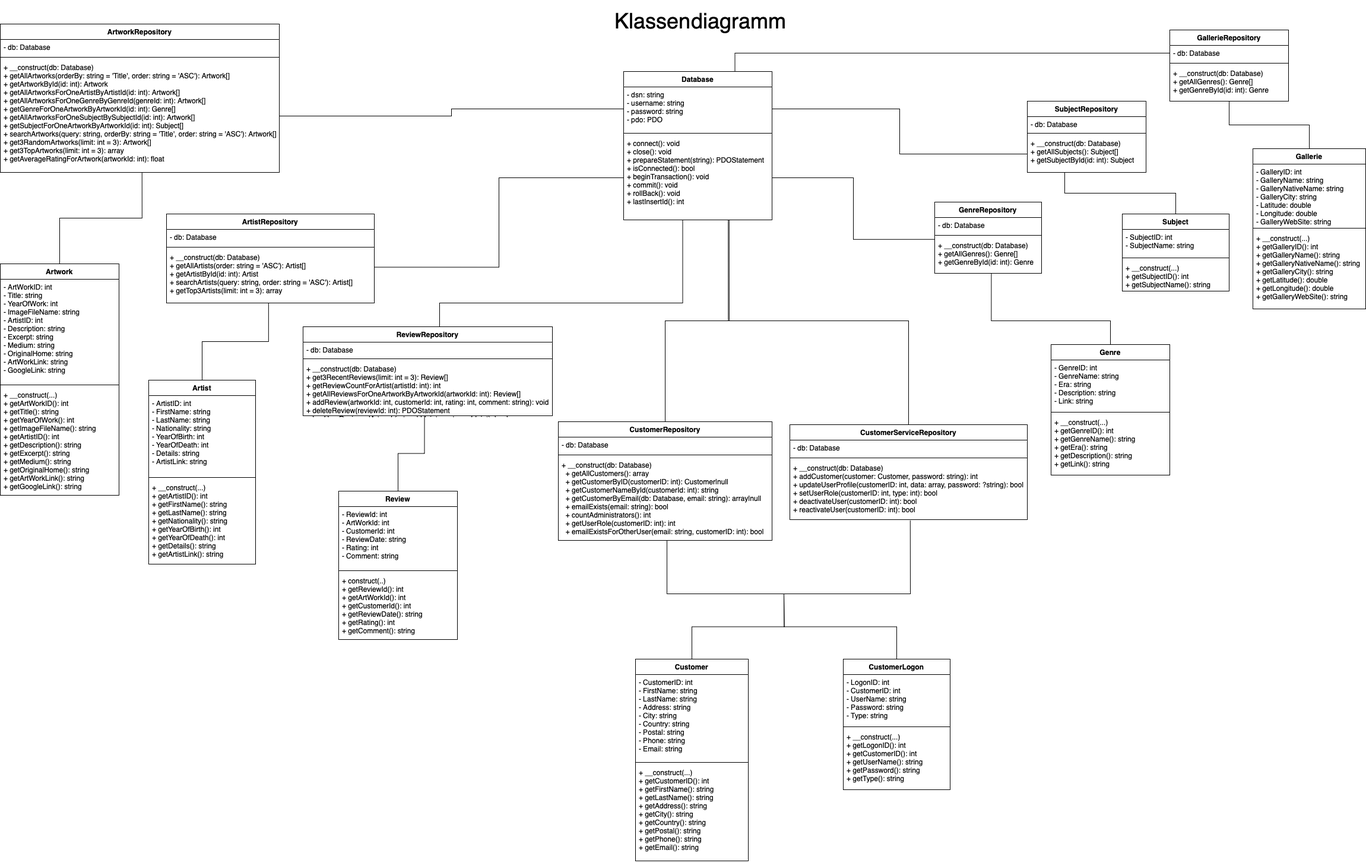
The draw.io diagram Übersicht/Klassendiagramm.drawio.png in enricowlk/arts-gallery, before a commit. Source tidied: cells renumbered, new cells last; positions are measured from the earlier drawing's top-left corner, leaving out a move shared by most shapes.
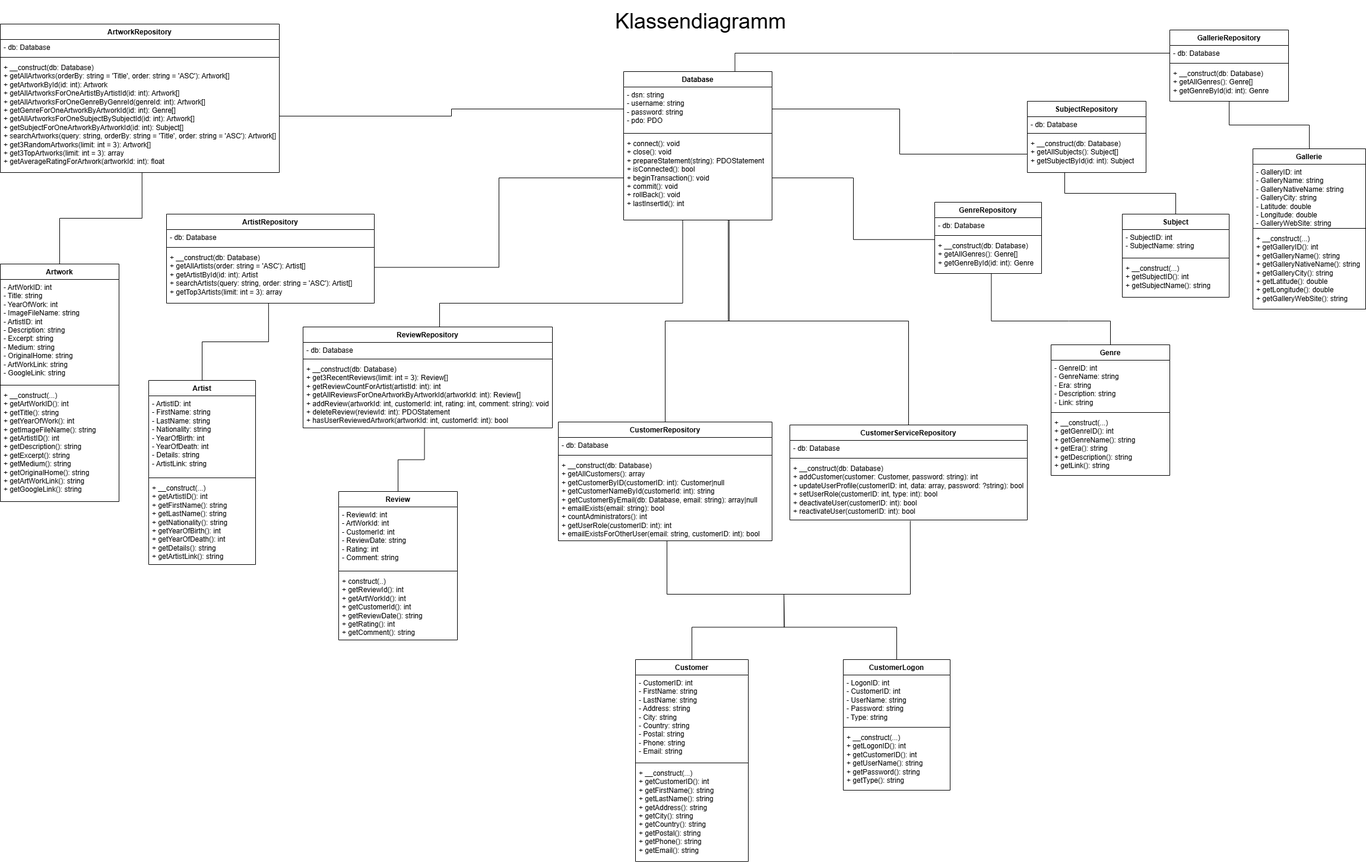
The same diagram one commit later.

What changed in the source:
```diff
@@ -21,7 +21,7 @@
       <mxGeometry y="168" width="180" height="142" as="geometry" />
     </mxCell>
     <mxCell id="8" value="Artwork" style="swimlane;fontStyle=1;align=center;verticalAlign=top;horizontal=1;startSize=26;whiteSpace=wrap;html=1;" parent="1" vertex="1">
-      <mxGeometry y="444" width="200" height="390" as="geometry" />
+      <mxGeometry y="444" width="200" height="400" as="geometry" />
     </mxCell>
     <mxCell id="9" value="&lt;div&gt;- ArtWorkID: int&lt;/div&gt;&lt;div&gt;- Title: string&lt;/div&gt;&lt;div&gt;- YearOfWork: int&lt;/div&gt;&lt;div&gt;- ImageFileName: string&lt;/div&gt;&lt;div&gt;- ArtistID: int&lt;/div&gt;&lt;div&gt;- Description: string&lt;/div&gt;&lt;div&gt;- Excerpt: string&lt;/div&gt;&lt;div&gt;- Medium: string&lt;/div&gt;&lt;div&gt;- OriginalHome: string&lt;/div&gt;&lt;div&gt;- ArtWorkLink: string&lt;/div&gt;&lt;div&gt;- GoogleLink: string&lt;/div&gt;" style="text;strokeColor=none;fillColor=none;align=left;verticalAlign=top;spacingLeft=4;spacingRight=4;overflow=hidden;whiteSpace=wrap;html=1;" parent="8" vertex="1">
       <mxGeometry y="26" width="200" height="174" as="geometry" />
@@ -30,7 +30,7 @@
       <mxGeometry y="200" width="200" height="8" as="geometry" />
     </mxCell>
     <mxCell id="11" value="&lt;div&gt;+ __construct(...)&lt;/div&gt;&lt;div&gt;+ getArtWorkID(): int&lt;/div&gt;&lt;div&gt;&lt;span style=&quot;background-color: transparent; color: light-dark(rgb(0, 0, 0), rgb(255, 255, 255));&quot;&gt;+ getTitle(): string&lt;/span&gt;&lt;/div&gt;&lt;div&gt;&lt;span style=&quot;background-color: transparent; color: light-dark(rgb(0, 0, 0), rgb(255, 255, 255));&quot;&gt;+ getYearOfWork(): int&lt;/span&gt;&lt;/div&gt;&lt;div&gt;&lt;span style=&quot;background-color: transparent; color: light-dark(rgb(0, 0, 0), rgb(255, 255, 255));&quot;&gt;+ getImageFileName(): string&lt;/span&gt;&lt;/div&gt;&lt;div&gt;&lt;span style=&quot;background-color: transparent; color: light-dark(rgb(0, 0, 0), rgb(255, 255, 255));&quot;&gt;+ getArtistID(): int&lt;/span&gt;&lt;/div&gt;&lt;div&gt;&lt;span style=&quot;background-color: transparent; color: light-dark(rgb(0, 0, 0), rgb(255, 255, 255));&quot;&gt;+ getDescription(): string&lt;/span&gt;&lt;/div&gt;&lt;div&gt;&lt;span style=&quot;background-color: transparent; color: light-dark(rgb(0, 0, 0), rgb(255, 255, 255));&quot;&gt;+ getExcerpt(): string&lt;/span&gt;&lt;/div&gt;&lt;div&gt;&lt;span style=&quot;background-color: transparent; color: light-dark(rgb(0, 0, 0), rgb(255, 255, 255));&quot;&gt;+ getMedium(): string&lt;/span&gt;&lt;/div&gt;&lt;div&gt;&lt;span style=&quot;background-color: transparent; color: light-dark(rgb(0, 0, 0), rgb(255, 255, 255));&quot;&gt;+ getOriginalHome(): string&lt;/span&gt;&lt;/div&gt;&lt;div&gt;&lt;span style=&quot;background-color: transparent; color: light-dark(rgb(0, 0, 0), rgb(255, 255, 255));&quot;&gt;+ getArtWorkLink(): string&lt;/span&gt;&lt;/div&gt;&lt;div&gt;&lt;span style=&quot;background-color: transparent; color: light-dark(rgb(0, 0, 0), rgb(255, 255, 255));&quot;&gt;+ getGoogleLink(): string&lt;/span&gt;&lt;/div&gt;&lt;div&gt;&lt;br&gt;&lt;/div&gt;" style="text;strokeColor=none;fillColor=none;align=left;verticalAlign=top;spacingLeft=4;spacingRight=4;overflow=hidden;whiteSpace=wrap;html=1;" parent="8" vertex="1">
-      <mxGeometry y="208" width="200" height="182" as="geometry" />
+      <mxGeometry y="208" width="200" height="192" as="geometry" />
     </mxCell>
     <mxCell id="12" value="Review" style="swimlane;fontStyle=1;align=center;verticalAlign=top;horizontal=1;startSize=26;whiteSpace=wrap;html=1;" parent="1" vertex="1">
       <mxGeometry x="570" y="827" width="200" height="250" as="geometry" />
@@ -94,7 +94,7 @@
       <mxGeometry relative="1" as="geometry" />
     </mxCell>
     <mxCell id="31" value="Subject" style="swimlane;fontStyle=1;align=center;verticalAlign=top;horizontal=1;startSize=26;whiteSpace=wrap;html=1;" parent="1" vertex="1">
-      <mxGeometry x="1890" y="360" width="180" height="130" as="geometry" />
+      <mxGeometry x="1890" y="360" width="180" height="140" as="geometry" />
     </mxCell>
     <mxCell id="32" value="&lt;div&gt;- SubjectID: int&lt;/div&gt;&lt;div&gt;- SubjectName: string&lt;/div&gt;" style="text;strokeColor=none;fillColor=none;align=left;verticalAlign=top;spacingLeft=4;spacingRight=4;overflow=hidden;whiteSpace=wrap;html=1;" parent="31" vertex="1">
       <mxGeometry y="26" width="180" height="44" as="geometry" />
@@ -103,7 +103,7 @@
       <mxGeometry y="70" width="180" height="8" as="geometry" />
     </mxCell>
     <mxCell id="34" value="&lt;div&gt;+ __construct(...)&lt;/div&gt;&lt;div&gt;+ getSubjectID(): int&lt;/div&gt;&lt;div&gt;&lt;span style=&quot;background-color: transparent; color: light-dark(rgb(0, 0, 0), rgb(255, 255, 255));&quot;&gt;+ getSubjectName(): string&lt;/span&gt;&lt;/div&gt;&lt;div&gt;&lt;br&gt;&lt;/div&gt;" style="text;strokeColor=none;fillColor=none;align=left;verticalAlign=top;spacingLeft=4;spacingRight=4;overflow=hidden;whiteSpace=wrap;html=1;" parent="31" vertex="1">
-      <mxGeometry y="78" width="180" height="52" as="geometry" />
+      <mxGeometry y="78" width="180" height="62" as="geometry" />
     </mxCell>
     <mxCell id="35" value="ArtistRepository" style="swimlane;fontStyle=1;align=center;verticalAlign=top;horizontal=1;startSize=26;whiteSpace=wrap;html=1;" parent="1" vertex="1">
       <mxGeometry x="280" y="360" width="350" height="150" as="geometry" />
@@ -130,7 +130,7 @@
       <mxGeometry y="60" width="470" height="190" as="geometry" />
     </mxCell>
     <mxCell id="43" value="ReviewRepository" style="swimlane;fontStyle=1;align=center;verticalAlign=top;horizontal=1;startSize=26;whiteSpace=wrap;html=1;" parent="1" vertex="1">
-      <mxGeometry x="510" y="550" width="420" height="150" as="geometry" />
+      <mxGeometry x="510" y="550" width="420" height="170" as="geometry" />
     </mxCell>
     <mxCell id="44" value="- db: Database" style="text;strokeColor=none;fillColor=none;align=left;verticalAlign=top;spacingLeft=4;spacingRight=4;overflow=hidden;whiteSpace=wrap;html=1;" parent="43" vertex="1">
       <mxGeometry y="26" width="420" height="24" as="geometry" />
@@ -139,7 +139,7 @@
       <mxGeometry y="50" width="420" height="8" as="geometry" />
     </mxCell>
     <mxCell id="46" value="&lt;div&gt;+ __construct(db: Database)&lt;/div&gt;&lt;div&gt;+ get3RecentReviews(limit: int = 3): Review[]&lt;/div&gt;&lt;div&gt;+ getReviewCountForArtist(artistId: int): int&lt;/div&gt;&lt;div&gt;+ getAllReviewsForOneArtworkByArtworkId(artworkId: int): Review[]&lt;/div&gt;&lt;div&gt;+ addReview(artworkId: int, customerId: int, rating: int, comment: string): void&lt;/div&gt;&lt;div&gt;+ deleteReview(reviewId: int): PDOStatement&lt;/div&gt;&lt;div&gt;+ hasUserReviewedArtwork(artworkId: int, customerId: int): bool&lt;/div&gt;" style="text;strokeColor=none;fillColor=none;align=left;verticalAlign=top;spacingLeft=4;spacingRight=4;overflow=hidden;points=[[0,0.5],[1,0.5]];portConstraint=eastwest;whiteSpace=wrap;html=1;" parent="43" vertex="1">
-      <mxGeometry y="58" width="420" height="92" as="geometry" />
+      <mxGeometry y="58" width="420" height="112" as="geometry" />
     </mxCell>
     <mxCell id="47" style="edgeStyle=orthogonalEdgeStyle;rounded=0;jettySize=auto;html=1;exitX=0.75;exitY=0;exitDx=0;exitDy=0;entryX=0;entryY=0.5;entryDx=0;entryDy=0;endArrow=none;endFill=0;" parent="1" edge="1" source="48" target="74">
       <mxGeometry relative="1" as="geometry" />
@@ -165,7 +165,7 @@
     <mxCell id="54" style="line;strokeWidth=1;fillColor=none;align=left;verticalAlign=middle;spacingTop=-1;spacingLeft=3;spacingRight=3;labelPosition=right;strokeColor=inherit;" parent="52" vertex="1">
       <mxGeometry y="52" width="360" height="8" as="geometry" />
     </mxCell>
-    <mxCell id="55" value="&lt;div&gt;+ __construct(db: Database)&lt;/div&gt;&lt;div&gt;&amp;nbsp; + getAllCustomers(): array&lt;/div&gt;&lt;div&gt;&amp;nbsp; + getCustomerByID(customerID: int): Customer|null&lt;/div&gt;&lt;div&gt;&amp;nbsp; + getCustomerNameById(customerId: int): string&lt;/div&gt;&lt;div&gt;&amp;nbsp; + getCustomerByEmail(db: Database, email: string): array|null&lt;/div&gt;&lt;div&gt;&amp;nbsp; + emailExists(email: string): bool&lt;br&gt;&lt;/div&gt;&lt;div&gt;&amp;nbsp; + countAdministrators(): int&lt;br&gt;&lt;/div&gt;&lt;div&gt;&amp;nbsp; + getUserRole(customerID: int): int&lt;br&gt;&lt;/div&gt;&lt;div&gt;&amp;nbsp; + emailExistsForOtherUser(email: string, customerID: int): bool&lt;/div&gt;" style="text;strokeColor=none;fillColor=none;align=left;verticalAlign=top;spacingLeft=4;spacingRight=4;overflow=hidden;whiteSpace=wrap;html=1;" parent="52" vertex="1">
+    <mxCell id="55" value="&lt;div&gt;+ __construct(db: Database)&lt;/div&gt;&lt;div&gt;+ getAllCustomers(): array&lt;/div&gt;&lt;div&gt;+ getCustomerByID(customerID: int): Customer|null&lt;/div&gt;&lt;div&gt;+ getCustomerNameById(customerId: int): string&lt;/div&gt;&lt;div&gt;+ getCustomerByEmail(db: Database, email: string): array|null&lt;/div&gt;&lt;div&gt;+ emailExists(email: string): bool&lt;br&gt;&lt;/div&gt;&lt;div&gt;+ countAdministrators(): int&lt;br&gt;&lt;/div&gt;&lt;div&gt;+ getUserRole(customerID: int): int&lt;br&gt;&lt;/div&gt;&lt;div&gt;+ emailExistsForOtherUser(email: string, customerID: int): bool&lt;/div&gt;" style="text;strokeColor=none;fillColor=none;align=left;verticalAlign=top;spacingLeft=4;spacingRight=4;overflow=hidden;whiteSpace=wrap;html=1;" parent="52" vertex="1">
       <mxGeometry y="60" width="360" height="140" as="geometry" />
     </mxCell>
     <mxCell id="56" value="GenreRepository" style="swimlane;fontStyle=1;align=center;verticalAlign=top;horizontal=1;startSize=26;whiteSpace=wrap;html=1;" parent="1" vertex="1">
```
